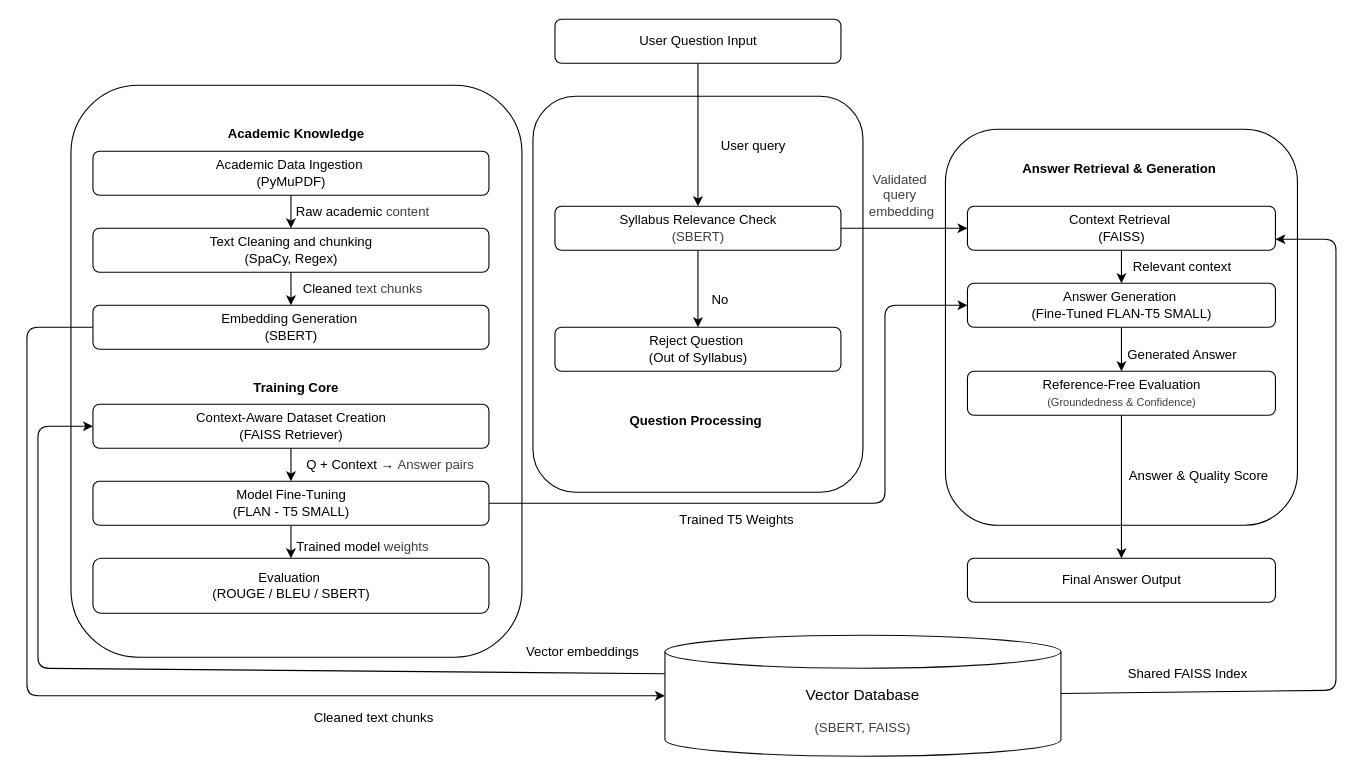
Earlier version of the draw.io diagram rajifinal - Copy.drawio (Rajalakshmi2110/academic_system). Source tidied: cells renumbered, new cells numbered last; positions are measured from the earlier drawing's top-left corner, leaving out a move shared by most shapes. Both pictures are drawn from the tidied source at 110%, with x=0, y=0 at pixel (26, 19).
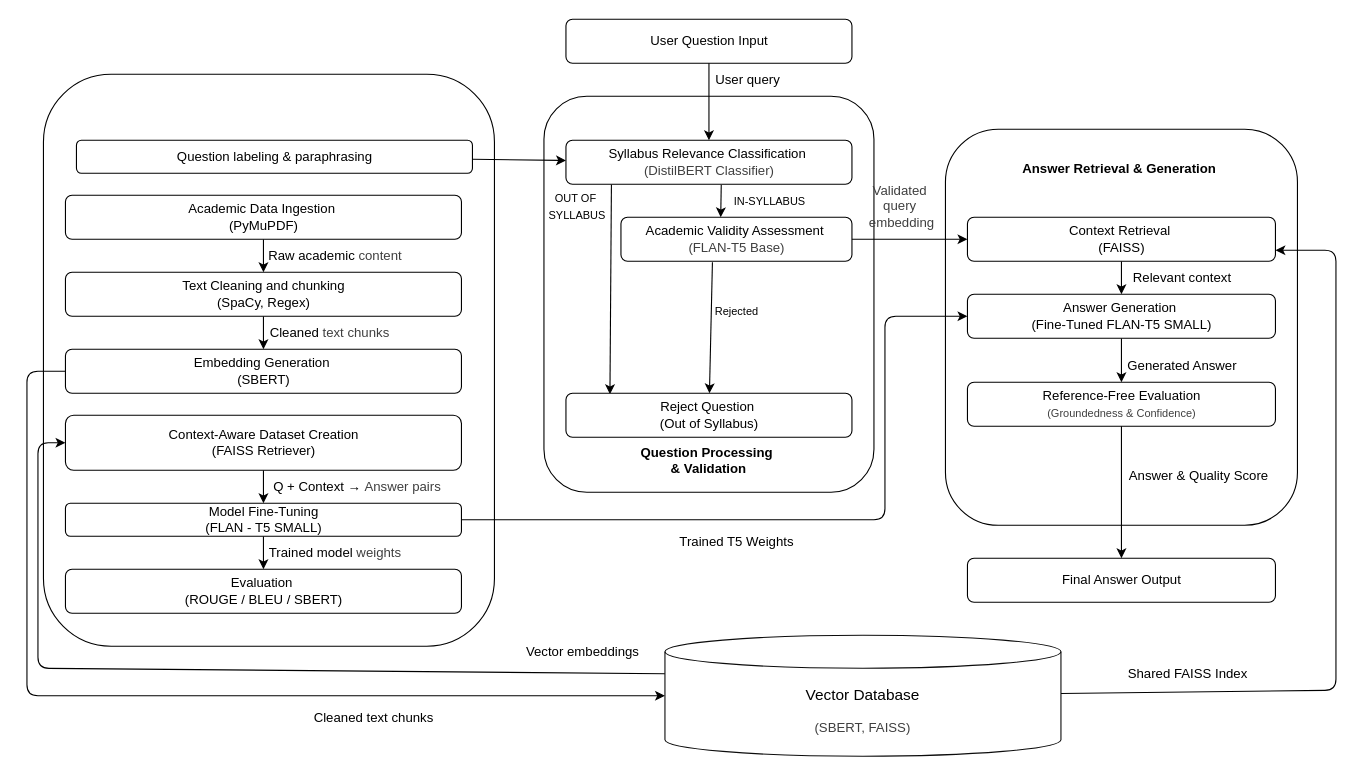
The same page after the edit.

The change refers to these unchanged cells:
```xml
<mxCell id="23" value="Answer Retrieval &amp;amp; Generation&amp;nbsp;&lt;div&gt;&lt;br&gt;&lt;/div&gt;&lt;div&gt;&lt;br&gt;&lt;/div&gt;&lt;div&gt;&lt;br&gt;&lt;/div&gt;&lt;div&gt;&lt;br&gt;&lt;/div&gt;&lt;div&gt;&lt;br&gt;&lt;/div&gt;&lt;div&gt;&lt;br&gt;&lt;/div&gt;&lt;div&gt;&lt;br&gt;&lt;/div&gt;&lt;div&gt;&lt;br&gt;&lt;/div&gt;&lt;div&gt;&lt;br&gt;&lt;/div&gt;&lt;div&gt;&lt;br&gt;&lt;/div&gt;&lt;div&gt;&lt;br&gt;&lt;/div&gt;&lt;div&gt;&lt;br&gt;&lt;/div&gt;&lt;div&gt;&lt;br&gt;&lt;/div&gt;&lt;div&gt;&lt;br&gt;&lt;/div&gt;&lt;div&gt;&lt;br&gt;&lt;/div&gt;&lt;div&gt;&lt;br&gt;&lt;/div&gt;&lt;div&gt;&lt;br&gt;&lt;/div&gt;&lt;div&gt;&lt;br&gt;&lt;/div&gt;&lt;div&gt;&lt;br&gt;&lt;/div&gt;&lt;div&gt;&lt;br&gt;&lt;/div&gt;" style="rounded=1;whiteSpace=wrap;html=1;fontStyle=1;" parent="1" vertex="1">
  <mxGeometry x="835" y="100" width="320" height="360" as="geometry" />
</mxCell>
<mxCell id="34" value="&lt;font style=&quot;font-size: 14px;&quot;&gt;Vector Database&lt;/font&gt;&lt;div&gt;&lt;span style=&quot;color: rgb(0, 0, 0); background-color: transparent;&quot;&gt;&amp;nbsp;&lt;/span&gt;&lt;/div&gt;&lt;div&gt;&lt;div style=&quot;color: rgb(63, 63, 63); scrollbar-color: rgb(226, 226, 226) rgb(251, 251, 251);&quot;&gt;(SBERT, FAISS)&lt;/div&gt;&lt;/div&gt;" style="shape=cylinder3;whiteSpace=wrap;html=1;boundedLbl=1;backgroundOutline=1;size=15;strokeColor=#0C0C0C;" parent="1" vertex="1">
  <mxGeometry x="580" y="560" width="360" height="110" as="geometry" />
</mxCell>
```

Diff of the diagram source:
```diff
@@
-    <mxCell id="2" value="&lt;div&gt;&lt;br&gt;&lt;/div&gt;&lt;div&gt;&lt;br&gt;&lt;/div&gt;&lt;div&gt;&lt;br&gt;&lt;/div&gt;&lt;div&gt;&lt;br&gt;&lt;/div&gt;&lt;div&gt;&lt;br&gt;&lt;/div&gt;&lt;div&gt;&lt;br&gt;&lt;/div&gt;&lt;div&gt;&lt;br&gt;&lt;/div&gt;&lt;div&gt;&lt;br&gt;&lt;/div&gt;&lt;div&gt;&lt;br&gt;&lt;/div&gt;&lt;div&gt;&lt;br&gt;&lt;/div&gt;&lt;div&gt;&lt;br&gt;&lt;/div&gt;&lt;div&gt;&lt;br&gt;&lt;/div&gt;&lt;div&gt;&lt;br&gt;&lt;/div&gt;&lt;div&gt;&lt;br&gt;&lt;/div&gt;&lt;div&gt;&lt;br&gt;&lt;/div&gt;&lt;div&gt;&lt;br&gt;&lt;/div&gt;&lt;div&gt;&lt;br&gt;&lt;/div&gt;Question Processing&amp;nbsp;&lt;div&gt;&lt;br&gt;&lt;/div&gt;" style="rounded=1;whiteSpace=wrap;html=1;fontStyle=1;arcSize=13;" parent="1" vertex="1">
-      <mxGeometry x="460" y="70" width="300" height="360" as="geometry" />
+    <mxCell id="2" value="&lt;div&gt;&lt;br&gt;&lt;/div&gt;&lt;div&gt;&lt;br&gt;&lt;/div&gt;&lt;div&gt;&lt;br&gt;&lt;/div&gt;&lt;div&gt;&lt;br&gt;&lt;/div&gt;&lt;div&gt;&lt;br&gt;&lt;/div&gt;&lt;div&gt;&lt;br&gt;&lt;/div&gt;&lt;div&gt;&lt;br&gt;&lt;/div&gt;&lt;div&gt;&lt;br&gt;&lt;/div&gt;&lt;div&gt;&lt;br&gt;&lt;/div&gt;&lt;div&gt;&lt;br&gt;&lt;/div&gt;&lt;div&gt;&lt;br&gt;&lt;/div&gt;&lt;div&gt;&lt;br&gt;&lt;/div&gt;&lt;div&gt;&lt;br&gt;&lt;/div&gt;&lt;div&gt;&lt;br&gt;&lt;/div&gt;&lt;div&gt;&lt;br&gt;&lt;/div&gt;&lt;div&gt;&lt;br&gt;&lt;/div&gt;&lt;div&gt;&lt;br&gt;&lt;/div&gt;&lt;div&gt;&lt;br&gt;&lt;/div&gt;&lt;div&gt;&lt;br&gt;&lt;/div&gt;&lt;div&gt;&lt;br&gt;&lt;/div&gt;&lt;div&gt;&lt;br&gt;&lt;/div&gt;Question Processing&amp;nbsp;&lt;div&gt;&amp;amp; Validation&lt;/div&gt;" style="rounded=1;whiteSpace=wrap;html=1;fontStyle=1;arcSize=13;" parent="1" vertex="1">
+      <mxGeometry x="470" y="70" width="300" height="360" as="geometry" />
     </mxCell>
-    <mxCell id="3" style="edgeStyle=none;html=1;" parent="2" edge="1" source="4" target="5">
-      <mxGeometry relative="1" as="geometry" />
-    </mxCell>
+    <mxCell id="47" style="edgeStyle=none;html=1;entryX=0.057;entryY=0.019;entryDx=0;entryDy=0;entryPerimeter=0;exitX=0.159;exitY=1.007;exitDx=0;exitDy=0;exitPerimeter=0;" parent="2" edge="1" source="4">
+      <mxGeometry relative="1" as="geometry">
+        <mxPoint x="60" y="270.8" as="targetPoint" />
+      </mxGeometry>
+    </mxCell>
+    <mxCell id="48" style="edgeStyle=none;html=1;exitX=0.543;exitY=1.013;exitDx=0;exitDy=0;exitPerimeter=0;" parent="2" edge="1" source="4">
+      <mxGeometry relative="1" as="geometry">
+        <mxPoint x="160.7" y="110" as="targetPoint" />
+      </mxGeometry>
+    </mxCell>
-    <mxCell id="4" value="Syllabus Relevance Check&lt;div&gt;&lt;span style=&quot;color: rgb(63, 63, 63);&quot;&gt;(SBERT)&lt;/span&gt;&lt;/div&gt;" style="rounded=1;html=1;" parent="2" vertex="1">
-      <mxGeometry x="20" y="100" width="260" height="40" as="geometry" />
+    <mxCell id="4" value="Syllabus Relevance&amp;nbsp;Classification&amp;nbsp;&lt;div&gt;&lt;span style=&quot;color: rgb(63, 63, 63);&quot;&gt;(DistilBERT Classifier)&lt;/span&gt;&lt;/div&gt;" style="rounded=1;html=1;" parent="2" vertex="1">
+      <mxGeometry x="20" y="40" width="260" height="40" as="geometry" />
     </mxCell>
     <mxCell id="5" value="Reject Question&amp;nbsp;&lt;div&gt;(Out of Syllabus)&lt;/div&gt;" style="rounded=1;html=1;" parent="2" vertex="1">
-      <mxGeometry x="20" y="210" width="260" height="40" as="geometry" />
+      <mxGeometry x="20" y="270" width="260" height="40" as="geometry" />
     </mxCell>
-    <mxCell id="6" value="User query" style="text;html=1;align=center;verticalAlign=middle;strokeColor=none;fillColor=none;" parent="2" vertex="1">
-      <mxGeometry x="160" y="30" width="80" height="30" as="geometry" />
-    </mxCell>
-    <mxCell id="7" value="No" style="text;html=1;align=center;verticalAlign=middle;strokeColor=none;fillColor=none;" parent="2" vertex="1">
-      <mxGeometry x="150" y="170" width="40" height="30" as="geometry" />
+    <mxCell id="7" value="&lt;font style=&quot;font-size: 10px;&quot;&gt;Rejected&lt;/font&gt;" style="text;html=1;align=center;verticalAlign=middle;strokeColor=none;fillColor=none;" parent="2" vertex="1">
+      <mxGeometry x="145" y="180" width="60" height="30" as="geometry" />
     </mxCell>
+    <mxCell id="49" value="&lt;font style=&quot;font-size: 10px;&quot;&gt;IN-SYLLABUS&lt;/font&gt;" style="text;html=1;align=center;verticalAlign=middle;strokeColor=none;fillColor=none;" parent="2" vertex="1">
+      <mxGeometry x="160" y="80" width="90" height="30" as="geometry" />
+    </mxCell>
+    <mxCell id="50" style="edgeStyle=none;html=1;exitX=0.396;exitY=1.023;exitDx=0;exitDy=0;exitPerimeter=0;" parent="2" edge="1" source="51" target="5">
+      <mxGeometry relative="1" as="geometry" />
+    </mxCell>
+    <mxCell id="51" value="Academic Validity Assessment&amp;nbsp;&lt;div&gt;&lt;span style=&quot;color: rgb(63, 63, 63);&quot;&gt;(FLAN-T5 Base)&lt;/span&gt;&lt;/div&gt;" style="rounded=1;html=1;" parent="2" vertex="1">
+      <mxGeometry x="70" y="110" width="210" height="40" as="geometry" />
+    </mxCell>
+    <mxCell id="52" value="&lt;font style=&quot;font-size: 10px;&quot;&gt;OUT OF&amp;nbsp;&lt;/font&gt;&lt;div&gt;&lt;font style=&quot;font-size: 10px;&quot;&gt;SYLLABUS&lt;/font&gt;&lt;/div&gt;" style="text;html=1;align=center;verticalAlign=middle;strokeColor=none;fillColor=none;" parent="2" vertex="1">
+      <mxGeometry x="-10" y="80" width="80" height="40" as="geometry" />
+    </mxCell>
-    <mxCell id="8" value="Academic Knowledge&lt;div&gt;&lt;br&gt;&lt;/div&gt;&lt;div&gt;&lt;br&gt;&lt;/div&gt;&lt;div&gt;&lt;br&gt;&lt;/div&gt;&lt;div&gt;&lt;br&gt;&lt;/div&gt;&lt;div&gt;&lt;br&gt;&lt;/div&gt;&lt;div&gt;&lt;br&gt;&lt;/div&gt;&lt;div&gt;&lt;br&gt;&lt;/div&gt;&lt;div&gt;&lt;br&gt;&lt;/div&gt;&lt;div&gt;&lt;br&gt;&lt;/div&gt;&lt;div&gt;&lt;br&gt;&lt;/div&gt;&lt;div&gt;&lt;br&gt;&lt;/div&gt;&lt;div&gt;&lt;br&gt;&lt;/div&gt;&lt;div&gt;&lt;br&gt;&lt;/div&gt;&lt;div&gt;&lt;br&gt;&lt;/div&gt;&lt;div&gt;&lt;br&gt;&lt;/div&gt;&lt;div&gt;Training Core&lt;/div&gt;&lt;div&gt;&lt;br&gt;&lt;/div&gt;&lt;div&gt;&lt;br&gt;&lt;/div&gt;&lt;div&gt;&lt;br&gt;&lt;/div&gt;&lt;div&gt;&lt;br&gt;&lt;/div&gt;&lt;div&gt;&lt;br&gt;&lt;/div&gt;&lt;div&gt;&lt;br&gt;&lt;/div&gt;&lt;div&gt;&lt;br&gt;&lt;/div&gt;&lt;div&gt;&lt;br&gt;&lt;/div&gt;&lt;div&gt;&lt;br&gt;&lt;/div&gt;&lt;div&gt;&lt;br&gt;&lt;/div&gt;&lt;div&gt;&lt;br&gt;&lt;/div&gt;&lt;div&gt;&lt;br&gt;&lt;/div&gt;&lt;div&gt;&lt;br&gt;&lt;/div&gt;&lt;div&gt;&lt;br&gt;&lt;/div&gt;" style="rounded=1;whiteSpace=wrap;html=1;fontStyle=1;" parent="1" vertex="1">
-      <mxGeometry x="40" y="60" width="410" height="520" as="geometry" />
+    <mxCell id="8" value="&lt;div&gt;&lt;br&gt;&lt;/div&gt;" style="rounded=1;whiteSpace=wrap;html=1;fontStyle=1;" parent="1" vertex="1">
+      <mxGeometry x="15" y="50" width="410" height="520" as="geometry" />
     </mxCell>
@@
     <mxCell id="10" value="Academic Data Ingestion&amp;nbsp;&lt;div&gt;(PyMuPDF)&lt;/div&gt;" style="rounded=1;html=1;" parent="8" vertex="1">
-      <mxGeometry x="20" y="60" width="360" height="40" as="geometry" />
+      <mxGeometry x="20" y="110" width="360" height="40" as="geometry" />
     </mxCell>
@@
     <mxCell id="12" value="Text Cleaning and chunking&lt;div&gt;(SpaCy, Regex)&lt;/div&gt;" style="rounded=1;html=1;" parent="8" vertex="1">
-      <mxGeometry x="20" y="130" width="360" height="40" as="geometry" />
+      <mxGeometry x="20" y="180" width="360" height="40" as="geometry" />
     </mxCell>
     <mxCell id="13" value="Embedding Generation&amp;nbsp;&lt;div&gt;(SBERT)&lt;/div&gt;" style="rounded=1;html=1;" parent="8" vertex="1">
-      <mxGeometry x="20" y="200" width="360" height="40" as="geometry" />
+      <mxGeometry x="20" y="250" width="360" height="40" as="geometry" />
     </mxCell>
@@
     <mxCell id="15" value="Context-Aware Dataset Creation&lt;div&gt;(FAISS Retriever)&lt;/div&gt;" style="rounded=1;html=1;" parent="8" vertex="1">
-      <mxGeometry x="20" y="290" width="360" height="40" as="geometry" />
+      <mxGeometry x="20" y="310" width="360" height="50" as="geometry" />
     </mxCell>
@@
     <mxCell id="17" value="Model Fine-Tuning&lt;div&gt;(FLAN - T5 SMALL)&lt;/div&gt;" style="rounded=1;html=1;" parent="8" vertex="1">
-      <mxGeometry x="20" y="360" width="360" height="40" as="geometry" />
+      <mxGeometry x="20" y="390" width="360" height="30" as="geometry" />
     </mxCell>
     <mxCell id="18" value="Evaluation&amp;nbsp;&lt;div&gt;(ROUGE / BLEU / SBERT)&lt;/div&gt;" style="rounded=1;html=1;" parent="8" vertex="1">
-      <mxGeometry x="20" y="430" width="360" height="50" as="geometry" />
+      <mxGeometry x="20" y="450" width="360" height="40" as="geometry" />
     </mxCell>
     <mxCell id="19" value="Raw academic&amp;nbsp;&lt;span style=&quot;color: rgb(63, 63, 63); background-color: transparent;&quot;&gt;content&lt;/span&gt;" style="text;html=1;align=center;verticalAlign=middle;strokeColor=none;fillColor=none;" parent="8" vertex="1">
-      <mxGeometry x="195" y="100" width="140" height="30" as="geometry" />
+      <mxGeometry x="195" y="150" width="140" height="30" as="geometry" />
     </mxCell>
     <mxCell id="20" value="Cleaned&amp;nbsp;&lt;span style=&quot;color: rgb(63, 63, 63); background-color: transparent;&quot;&gt;text chunks&lt;/span&gt;" style="text;html=1;align=center;verticalAlign=middle;strokeColor=none;fillColor=none;" parent="8" vertex="1">
-      <mxGeometry x="200" y="170" width="130" height="30" as="geometry" />
+      <mxGeometry x="195" y="220" width="130" height="30" as="geometry" />
     </mxCell>
     <mxCell id="21" value="Q + Context →&amp;nbsp;&lt;span style=&quot;color: rgb(63, 63, 63); background-color: transparent;&quot;&gt;Answer pairs&lt;/span&gt;" style="text;html=1;align=center;verticalAlign=middle;strokeColor=none;fillColor=none;" parent="8" vertex="1">
-      <mxGeometry x="200" y="330" width="180" height="30" as="geometry" />
+      <mxGeometry x="195" y="360" width="180" height="30" as="geometry" />
     </mxCell>
     <mxCell id="22" value="Trained model&amp;nbsp;&lt;span style=&quot;color: rgb(63, 63, 63); background-color: transparent;&quot;&gt;weights&lt;/span&gt;" style="text;html=1;align=center;verticalAlign=middle;strokeColor=none;fillColor=none;" parent="8" vertex="1">
-      <mxGeometry x="195" y="405" width="140" height="30" as="geometry" />
+      <mxGeometry x="195" y="420" width="140" height="30" as="geometry" />
     </mxCell>
+    <mxCell id="53" value="Question labeling &amp;amp; paraphrasing" style="rounded=1;html=1;" parent="8" vertex="1">
+      <mxGeometry x="30" y="60" width="360" height="30" as="geometry" />
+    </mxCell>
@@
     <mxCell id="25" value="Context Retrieval&amp;nbsp;&lt;div&gt;(FAISS)&lt;/div&gt;" style="rounded=1;html=1;" parent="23" vertex="1">
-      <mxGeometry x="20" y="70" width="280" height="40" as="geometry" />
+      <mxGeometry x="20" y="80" width="280" height="40" as="geometry" />
     </mxCell>
@@
     <mxCell id="27" value="Answer Generation&amp;nbsp;&lt;div&gt;(Fine-Tuned FLAN-T5 SMALL)&lt;/div&gt;" style="rounded=1;html=1;" parent="23" vertex="1">
-      <mxGeometry x="20" y="140" width="280" height="40" as="geometry" />
+      <mxGeometry x="20" y="150" width="280" height="40" as="geometry" />
     </mxCell>
     <mxCell id="28" value="Reference-Free Evaluation&lt;div&gt;&lt;span style=&quot;color: rgb(63, 63, 63);&quot;&gt;&lt;font style=&quot;font-size: 10px;&quot;&gt;(Groundedness &amp;amp; Confidence)&lt;/font&gt;&lt;/span&gt;&lt;/div&gt;" style="rounded=1;html=1;" parent="23" vertex="1">
-      <mxGeometry x="20" y="220" width="280" height="40" as="geometry" />
+      <mxGeometry x="20" y="230" width="280" height="40" as="geometry" />
     </mxCell>
     <mxCell id="29" value="Relevant context" style="text;html=1;align=center;verticalAlign=middle;strokeColor=none;fillColor=none;" parent="23" vertex="1">
-      <mxGeometry x="160" y="110" width="110" height="30" as="geometry" />
+      <mxGeometry x="160" y="120" width="110" height="30" as="geometry" />
     </mxCell>
     <mxCell id="30" value="Generated Answer" style="text;html=1;align=center;verticalAlign=middle;strokeColor=none;fillColor=none;" parent="23" vertex="1">
-      <mxGeometry x="155" y="190" width="120" height="30" as="geometry" />
+      <mxGeometry x="155" y="200" width="120" height="30" as="geometry" />
     </mxCell>
@@
     <mxCell id="32" style="edgeStyle=none;html=1;entryX=1;entryY=0.75;entryDx=0;entryDy=0;" parent="1" edge="1" source="34" target="25">
       <mxGeometry relative="1" as="geometry">
         <Array as="points">
           <mxPoint x="1190" y="610" />
           <mxPoint x="1190" y="300" />
-          <mxPoint x="1190" y="200" />
+          <mxPoint x="1190" y="210" />
         </Array>
       </mxGeometry>
     </mxCell>
     <mxCell id="33" style="edgeStyle=none;html=1;exitX=0;exitY=0;exitDx=0;exitDy=35;exitPerimeter=0;entryX=0;entryY=0.5;entryDx=0;entryDy=0;" parent="1" edge="1" source="34" target="15">
       <mxGeometry relative="1" as="geometry">
         <Array as="points">
           <mxPoint x="10" y="590" />
-          <mxPoint x="10" y="370" />
+          <mxPoint x="10" y="385" />
         </Array>
       </mxGeometry>
     </mxCell>
@@
-    <mxCell id="35" style="edgeStyle=none;html=1;entryX=0;entryY=0.5;entryDx=0;entryDy=0;entryPerimeter=0;" parent="1" edge="1" source="13" target="34">
+    <mxCell id="35" style="edgeStyle=none;html=1;entryX=0;entryY=0.5;entryDx=0;entryDy=0;entryPerimeter=0;exitX=0;exitY=0.5;exitDx=0;exitDy=0;" parent="1" edge="1" source="13" target="34">
       <mxGeometry relative="1" as="geometry">
         <Array as="points">
-          <mxPoint y="280" />
+          <mxPoint y="320" />
           <mxPoint y="615" />
         </Array>
       </mxGeometry>
     </mxCell>
     <mxCell id="36" style="edgeStyle=none;html=1;entryX=0;entryY=0.5;entryDx=0;entryDy=0;exitX=1;exitY=0.5;exitDx=0;exitDy=0;" parent="1" edge="1" source="17" target="27">
       <mxGeometry relative="1" as="geometry">
         <Array as="points">
-          <mxPoint x="780" y="440" />
-          <mxPoint x="780" y="260" />
+          <mxPoint x="780" y="455" />
+          <mxPoint x="780" y="270" />
         </Array>
       </mxGeometry>
     </mxCell>
@@
     <mxCell id="38" value="&lt;div style=&quot;color: rgb(63, 63, 63); scrollbar-color: rgb(226, 226, 226) rgb(251, 251, 251);&quot;&gt;&lt;font style=&quot;scrollbar-color: rgb(226, 226, 226) rgb(251, 251, 251);&quot;&gt;Validated&amp;nbsp;&lt;/font&gt;&lt;/div&gt;&lt;div style=&quot;color: rgb(63, 63, 63); scrollbar-color: rgb(226, 226, 226) rgb(251, 251, 251);&quot;&gt;&lt;font style=&quot;scrollbar-color: rgb(226, 226, 226) rgb(251, 251, 251);&quot;&gt;query&amp;nbsp;&lt;/font&gt;&lt;/div&gt;&lt;div style=&quot;color: rgb(63, 63, 63); scrollbar-color: rgb(226, 226, 226) rgb(251, 251, 251);&quot;&gt;&lt;font style=&quot;scrollbar-color: rgb(226, 226, 226) rgb(251, 251, 251);&quot;&gt;embedding&lt;/font&gt;&lt;/div&gt;" style="text;html=1;align=center;verticalAlign=middle;strokeColor=none;fillColor=none;" parent="1" vertex="1">
-      <mxGeometry x="755" y="130" width="80" height="60" as="geometry" />
+      <mxGeometry x="755" y="140" width="80" height="60" as="geometry" />
     </mxCell>
     <mxCell id="39" value="Trained T5 Weights" style="text;html=1;align=center;verticalAlign=middle;strokeColor=none;fillColor=none;" parent="1" vertex="1">
-      <mxGeometry x="580" y="440" width="130" height="30" as="geometry" />
+      <mxGeometry x="580" y="460" width="130" height="30" as="geometry" />
     </mxCell>
@@
-    <mxCell id="41" style="edgeStyle=none;html=1;entryX=0;entryY=0.5;entryDx=0;entryDy=0;" parent="1" edge="1" source="4" target="25">
-      <mxGeometry relative="1" as="geometry" />
-    </mxCell>
@@
     <mxCell id="43" value="User Question Input" style="rounded=1;html=1;" parent="1" vertex="1">
-      <mxGeometry x="480" width="260" height="40" as="geometry" />
+      <mxGeometry x="490" width="260" height="40" as="geometry" />
     </mxCell>
@@
+    <mxCell id="54" style="edgeStyle=none;html=1;" parent="1" edge="1" source="53" target="4">
+      <mxGeometry relative="1" as="geometry" />
+    </mxCell>
+    <mxCell id="55" style="edgeStyle=none;html=1;" parent="1" edge="1" source="51" target="25">
+      <mxGeometry relative="1" as="geometry" />
+    </mxCell>
+    <mxCell id="6" value="User query" style="text;html=1;align=center;verticalAlign=middle;strokeColor=none;fillColor=none;" parent="1" vertex="1">
+      <mxGeometry x="615" y="40" width="80" height="30" as="geometry" />
+    </mxCell>
```
